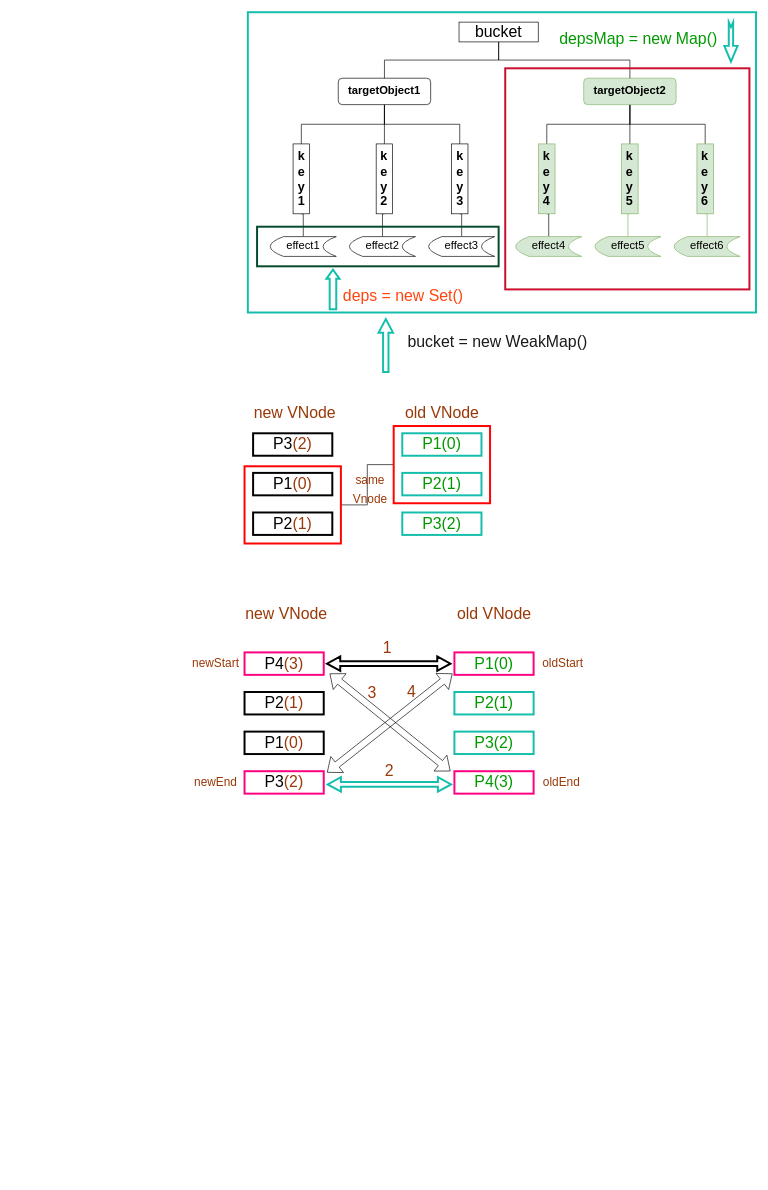
This is 4.响应系统的作用与实现/vue-bucket.drawio from simple5960/vue-, a draw.io file, before an edit. Source tidied: cells renumbered, new cells numbered last; positions are measured from the earlier drawing's top-left corner, leaving out a move shared by most shapes. Both pictures are drawn from the tidied source at 66%, with x=0, y=0 at pixel (185, 12).
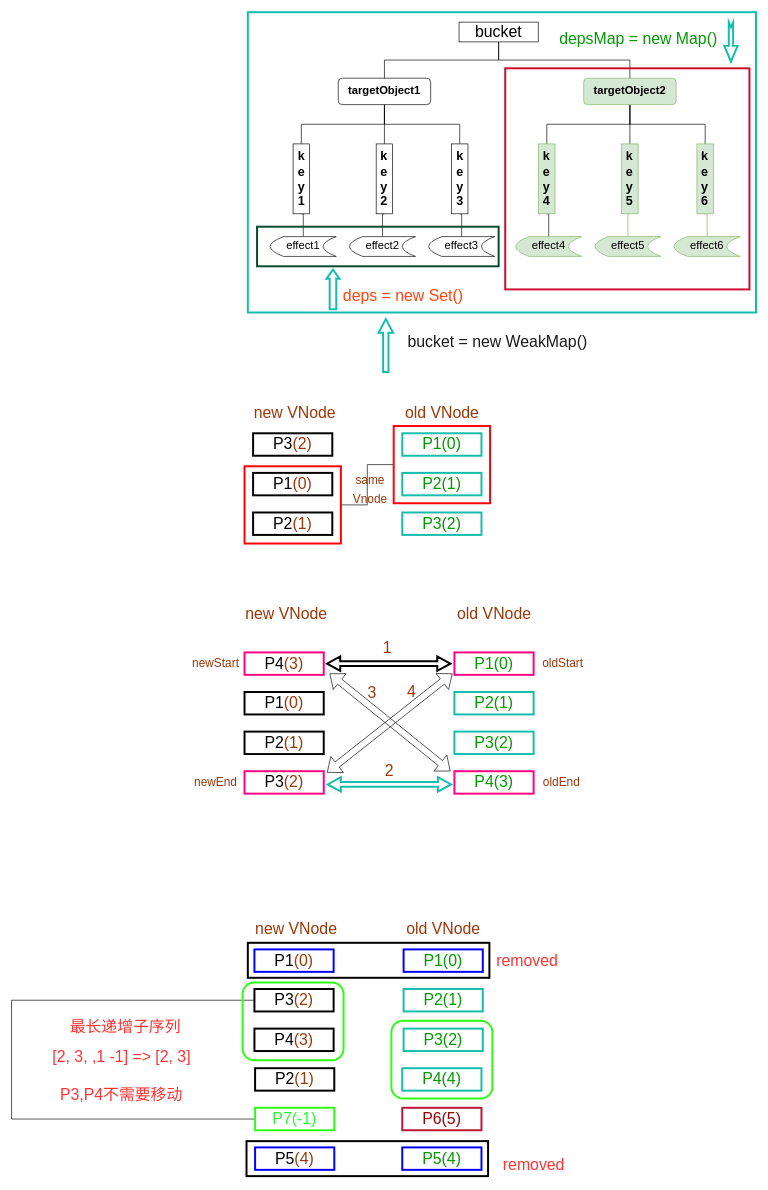
After the change.

Change to the diagram source:
```diff
@@
-    <mxCell id="53" value="P2&lt;font color=&quot;#993808&quot;&gt;(1)&lt;/font&gt;" style="rounded=0;whiteSpace=wrap;html=1;fontSize=24;strokeWidth=3;fillColor=none;" parent="1" vertex="1">
+    <mxCell id="53" value="P1&lt;font color=&quot;#993808&quot;&gt;(0)&lt;/font&gt;" style="rounded=0;whiteSpace=wrap;html=1;fontSize=24;strokeWidth=3;fillColor=none;" parent="1" vertex="1">
       <mxGeometry x="89" y="1030" width="120" height="34" as="geometry" />
     </mxCell>
-    <mxCell id="54" value="P1&lt;font color=&quot;#993808&quot;&gt;(0)&lt;/font&gt;" style="rounded=0;whiteSpace=wrap;html=1;fontSize=24;strokeWidth=3;fillColor=none;" parent="1" vertex="1">
+    <mxCell id="54" value="P2&lt;font color=&quot;#993808&quot;&gt;(1)&lt;/font&gt;" style="rounded=0;whiteSpace=wrap;html=1;fontSize=24;strokeWidth=3;fillColor=none;" parent="1" vertex="1">
       <mxGeometry x="89" y="1090" width="120" height="34" as="geometry" />
     </mxCell>
@@
+    <mxCell id="74" value="P1&lt;font color=&quot;#993808&quot;&gt;(0)&lt;/font&gt;" style="rounded=0;whiteSpace=wrap;html=1;fontSize=24;strokeWidth=3;strokeColor=#0000FF;" parent="1" vertex="1">
+      <mxGeometry x="104" y="1420" width="120" height="34" as="geometry" />
+    </mxCell>
+    <mxCell id="75" style="edgeStyle=orthogonalEdgeStyle;rounded=0;jettySize=auto;html=1;exitX=0;exitY=0.5;exitDx=0;exitDy=0;entryX=0;entryY=0.5;entryDx=0;entryDy=0;fontSize=24;fontColor=#FF3333;endArrow=none;endFill=0;" parent="1" edge="1" source="76" target="84">
+      <mxGeometry relative="1" as="geometry">
+        <Array as="points">
+          <mxPoint x="-264" y="1497" />
+          <mxPoint x="-264" y="1677" />
+        </Array>
+      </mxGeometry>
+    </mxCell>
+    <mxCell id="76" value="P3&lt;font color=&quot;#993808&quot;&gt;(2)&lt;/font&gt;" style="rounded=0;whiteSpace=wrap;html=1;fontSize=24;strokeWidth=3;fillColor=none;" parent="1" vertex="1">
+      <mxGeometry x="104" y="1480" width="120" height="34" as="geometry" />
+    </mxCell>
+    <mxCell id="77" value="P4&lt;font color=&quot;#993808&quot;&gt;(3)&lt;/font&gt;" style="rounded=0;whiteSpace=wrap;html=1;fontSize=24;strokeWidth=3;fillColor=none;" parent="1" vertex="1">
+      <mxGeometry x="104" y="1540" width="120" height="34" as="geometry" />
+    </mxCell>
+    <mxCell id="78" value="P1(0)" style="rounded=0;whiteSpace=wrap;html=1;fontSize=24;fontColor=#009900;strokeColor=#0000FF;strokeWidth=3;" parent="1" vertex="1">
+      <mxGeometry x="330" y="1420" width="120" height="34" as="geometry" />
+    </mxCell>
+    <mxCell id="79" value="P2(1)" style="rounded=0;whiteSpace=wrap;html=1;fontSize=24;fontColor=#009900;strokeColor=#15BDAC;strokeWidth=3;" parent="1" vertex="1">
+      <mxGeometry x="330" y="1480" width="120" height="34" as="geometry" />
+    </mxCell>
+    <mxCell id="80" value="P3(2)" style="rounded=0;whiteSpace=wrap;html=1;fontSize=24;fontColor=#009900;strokeColor=#15BDAC;strokeWidth=3;" parent="1" vertex="1">
+      <mxGeometry x="330" y="1540" width="120" height="34" as="geometry" />
+    </mxCell>
+    <mxCell id="81" value="new VNode" style="text;html=1;align=center;verticalAlign=middle;strokeColor=none;fillColor=none;fontSize=24;fontColor=#993808;" parent="1" vertex="1">
+      <mxGeometry x="96" y="1368" width="142" height="41" as="geometry" />
+    </mxCell>
+    <mxCell id="82" value="old VNode" style="text;html=1;align=center;verticalAlign=middle;strokeColor=none;fillColor=none;fontSize=24;fontColor=#993808;" parent="1" vertex="1">
+      <mxGeometry x="325" y="1368" width="130" height="41" as="geometry" />
+    </mxCell>
+    <mxCell id="83" value="P2&lt;font color=&quot;#993808&quot;&gt;(1)&lt;/font&gt;" style="rounded=0;whiteSpace=wrap;html=1;fontSize=24;strokeWidth=3;fillColor=none;" parent="1" vertex="1">
+      <mxGeometry x="105" y="1600" width="120" height="34" as="geometry" />
+    </mxCell>
+    <mxCell id="84" value="P7&lt;font&gt;(-1)&lt;/font&gt;" style="rounded=0;whiteSpace=wrap;html=1;fontSize=24;strokeWidth=3;fillColor=none;fontColor=#21FF30;strokeColor=#2CFF14;" parent="1" vertex="1">
+      <mxGeometry x="105" y="1660" width="120" height="34" as="geometry" />
+    </mxCell>
+    <mxCell id="85" value="P5&lt;font color=&quot;#993808&quot;&gt;(4)&lt;/font&gt;" style="rounded=0;whiteSpace=wrap;html=1;fontSize=24;strokeWidth=3;fillColor=none;strokeColor=#0000FF;" parent="1" vertex="1">
+      <mxGeometry x="105" y="1720" width="120" height="34" as="geometry" />
+    </mxCell>
+    <mxCell id="86" value="P4(4)" style="rounded=0;whiteSpace=wrap;html=1;fontSize=24;fontColor=#009900;strokeColor=#15BDAC;strokeWidth=3;" parent="1" vertex="1">
+      <mxGeometry x="328" y="1600" width="120" height="34" as="geometry" />
+    </mxCell>
+    <mxCell id="87" value="P5(4)" style="rounded=0;whiteSpace=wrap;html=1;fontSize=24;fontColor=#009900;strokeColor=#0000FF;strokeWidth=3;" parent="1" vertex="1">
+      <mxGeometry x="328" y="1720" width="120" height="34" as="geometry" />
+    </mxCell>
+    <mxCell id="88" value="P6(5)" style="rounded=0;whiteSpace=wrap;html=1;fontSize=24;fontColor=#990005;strokeColor=#BD1536;strokeWidth=3;" parent="1" vertex="1">
+      <mxGeometry x="328" y="1660" width="120" height="34" as="geometry" />
+    </mxCell>
+    <mxCell id="89" style="rounded=0;whiteSpace=wrap;html=1;fontSize=24;strokeWidth=3;fillColor=none;" parent="1" vertex="1">
+      <mxGeometry x="94" y="1410" width="366" height="53" as="geometry" />
+    </mxCell>
+    <mxCell id="90" style="rounded=0;whiteSpace=wrap;html=1;fontSize=24;strokeWidth=3;fillColor=none;" parent="1" vertex="1">
+      <mxGeometry x="92" y="1710.5" width="366" height="53" as="geometry" />
+    </mxCell>
+    <mxCell id="91" value="&lt;font color=&quot;#ff3333&quot;&gt;removed&lt;/font&gt;" style="text;html=1;align=center;verticalAlign=middle;strokeColor=none;fillColor=none;fontSize=24;fontColor=#21FF30;" parent="1" vertex="1">
+      <mxGeometry x="461" y="1416.5" width="111" height="41" as="geometry" />
+    </mxCell>
+    <mxCell id="92" value="&lt;font color=&quot;#ff3333&quot;&gt;removed&lt;/font&gt;" style="text;html=1;align=center;verticalAlign=middle;strokeColor=none;fillColor=none;fontSize=24;fontColor=#21FF30;" parent="1" vertex="1">
+      <mxGeometry x="471" y="1726.5" width="111" height="41" as="geometry" />
+    </mxCell>
+    <mxCell id="93" value="最长递增子序列" style="text;html=1;strokeColor=none;fillColor=none;align=center;verticalAlign=middle;whiteSpace=wrap;rounded=0;fontSize=24;fontColor=#FF3333;" parent="1" vertex="1">
+      <mxGeometry x="-203" y="1522" width="223" height="30" as="geometry" />
+    </mxCell>
+    <mxCell id="94" value="[2, 3, ,1 -1] =&amp;gt; [2, 3]" style="text;html=1;strokeColor=none;fillColor=none;align=center;verticalAlign=middle;whiteSpace=wrap;rounded=0;fontSize=24;fontColor=#FF3333;" parent="1" vertex="1">
+      <mxGeometry x="-235" y="1568" width="276" height="30" as="geometry" />
+    </mxCell>
+    <mxCell id="95" style="rounded=1;whiteSpace=wrap;html=1;fontSize=24;strokeWidth=3;fillColor=none;strokeColor=#2CFF14;" parent="1" vertex="1">
+      <mxGeometry x="86" y="1470" width="153" height="118" as="geometry" />
+    </mxCell>
+    <mxCell id="96" style="rounded=1;whiteSpace=wrap;html=1;fontSize=24;strokeWidth=3;fillColor=none;strokeColor=#2CFF14;" parent="1" vertex="1">
+      <mxGeometry x="311.5" y="1528" width="153" height="118" as="geometry" />
+    </mxCell>
+    <mxCell id="97" value="P3,P4不需要移动" style="text;html=1;align=center;verticalAlign=middle;strokeColor=none;fillColor=none;fontSize=24;fontColor=#FF3333;" parent="1" vertex="1">
+      <mxGeometry x="-200" y="1619" width="203" height="41" as="geometry" />
+    </mxCell>
```
